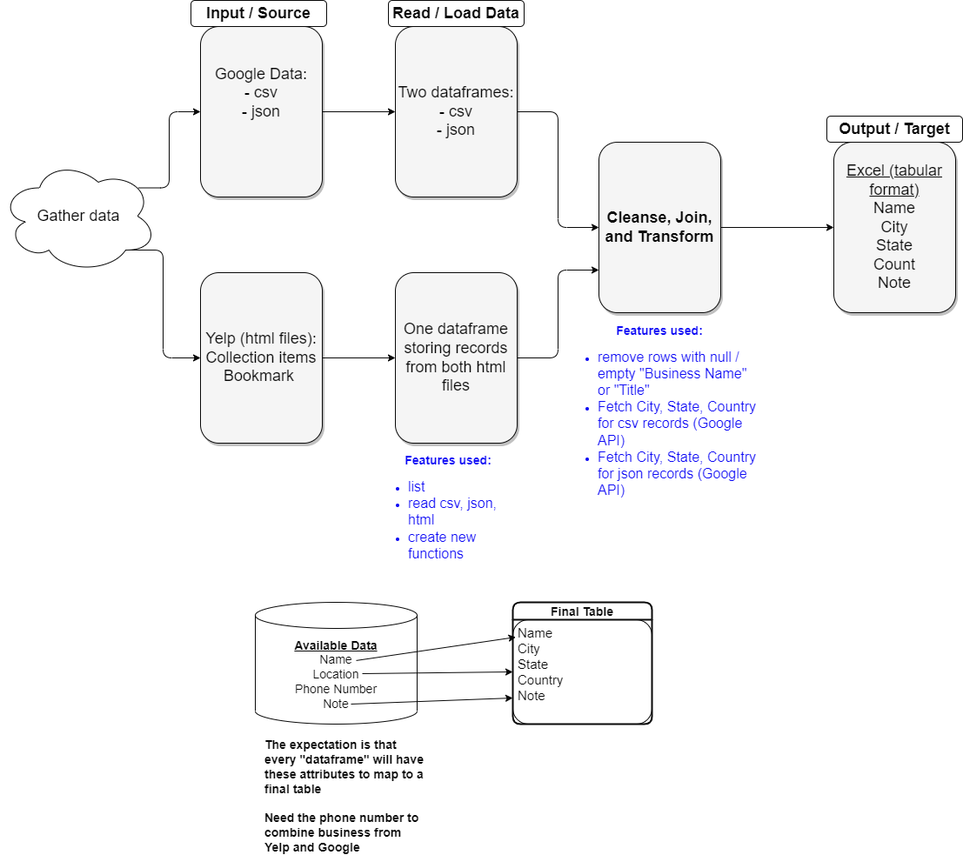
Above: diagram.png in mary-vo/my-google-and-yelp-places (draw.io), before the change. Source tidied: cells renumbered, new cells last; positions are measured from the earlier drawing's top-left corner, leaving out a move shared by most shapes.
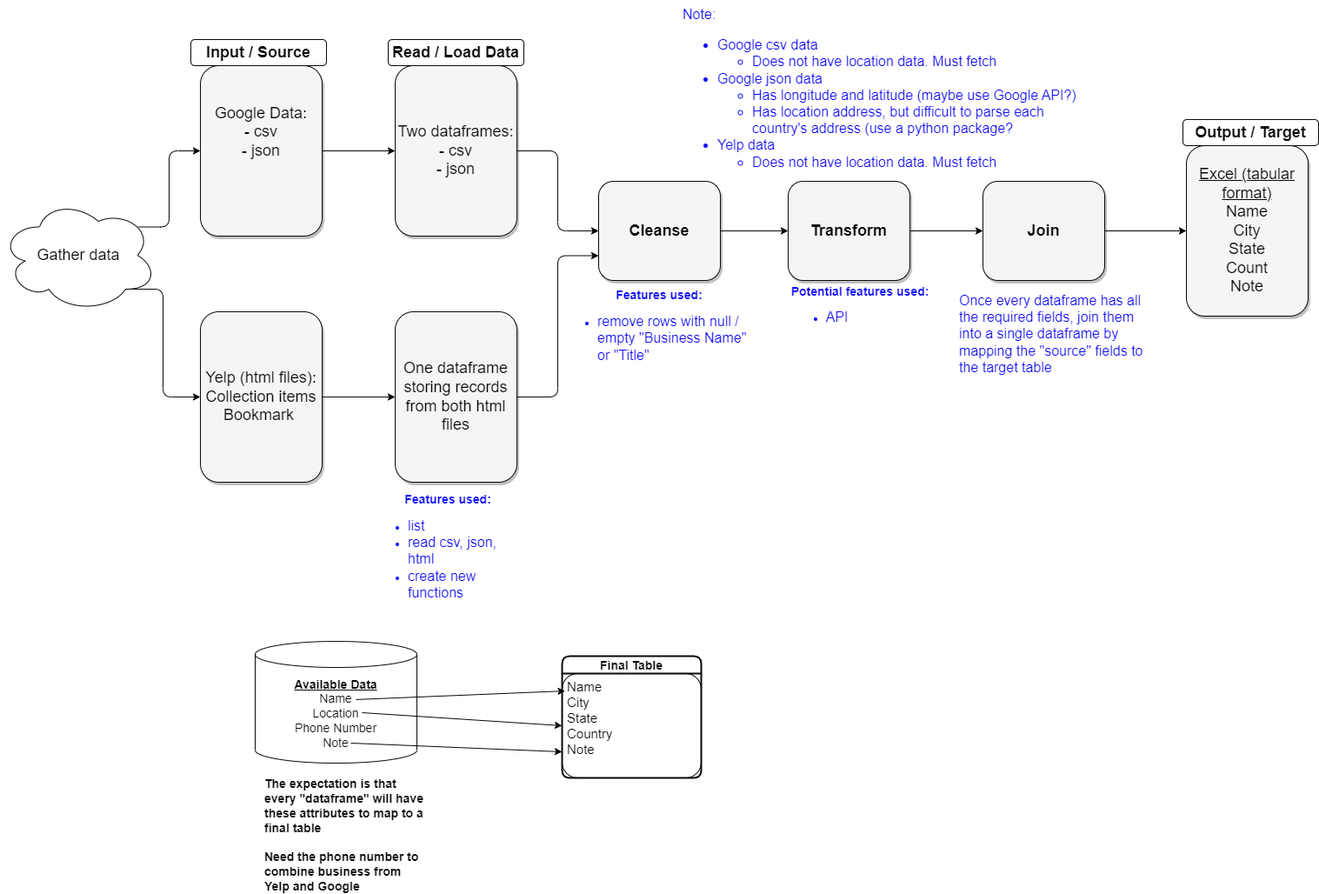
The same file after the commit.

The edit, as a diff of the source:
```diff
@@ -29,14 +29,14 @@
     <mxCell id="10" value="One dataframe&lt;br&gt;storing records from both html files" style="whiteSpace=wrap;html=1;shadow=1;fontSize=18;fillColor=#f5f5f5;strokeColor=#080808;rounded=1;fontColor=#080808;" parent="1" vertex="1">
       <mxGeometry x="454" y="313" width="140" height="196" as="geometry" />
     </mxCell>
-    <mxCell id="11" style="edgeStyle=orthogonalEdgeStyle;rounded=1;jettySize=auto;html=1;exitX=1;exitY=0.5;exitDx=0;exitDy=0;strokeColor=#080808;fontColor=#080808;" parent="1" edge="1" source="12" target="13">
+    <mxCell id="11" style="edgeStyle=orthogonalEdgeStyle;rounded=1;jettySize=auto;html=1;exitX=1;exitY=0.5;exitDx=0;exitDy=0;strokeColor=#080808;fontColor=#080808;entryX=0;entryY=0.5;entryDx=0;entryDy=0;" parent="1" edge="1" source="12" target="31">
       <mxGeometry relative="1" as="geometry" />
     </mxCell>
-    <mxCell id="12" value="&lt;b&gt;Cleanse, Join, and Transform&lt;/b&gt;" style="whiteSpace=wrap;html=1;shadow=1;fontSize=18;fillColor=#f5f5f5;strokeColor=#080808;rounded=1;fontColor=#080808;" parent="1" vertex="1">
-      <mxGeometry x="688" y="163" width="140" height="196" as="geometry" />
+    <mxCell id="12" value="&lt;b&gt;Cleanse&lt;/b&gt;" style="whiteSpace=wrap;html=1;shadow=1;fontSize=18;fillColor=#f5f5f5;strokeColor=#080808;rounded=1;fontColor=#080808;" parent="1" vertex="1">
+      <mxGeometry x="688" y="163" width="140" height="114" as="geometry" />
     </mxCell>
     <mxCell id="13" value="&lt;span style=&quot;text-decoration-line: underline;&quot;&gt;Excel (tabular format)&lt;/span&gt;&lt;br&gt;Name&lt;br&gt;City&lt;br&gt;State&lt;br&gt;Count&lt;br&gt;Note" style="whiteSpace=wrap;html=1;shadow=1;fontSize=18;fillColor=#f5f5f5;strokeColor=#080808;rounded=1;fontColor=#080808;" parent="1" vertex="1">
-      <mxGeometry x="958" y="163" width="140" height="196" as="geometry" />
+      <mxGeometry x="1364" y="122" width="140" height="196" as="geometry" />
     </mxCell>
     <mxCell id="14" style="edgeStyle=elbowEdgeStyle;rounded=1;jettySize=auto;html=1;exitX=0.88;exitY=0.25;exitDx=0;exitDy=0;exitPerimeter=0;entryX=0;entryY=0.5;entryDx=0;entryDy=0;strokeColor=#080808;fontColor=#080808;" parent="1" edge="1" source="16" target="3">
       <mxGeometry relative="1" as="geometry" />
@@ -51,13 +51,13 @@
       <mxGeometry x="446" width="156" height="30" as="geometry" />
     </mxCell>
     <mxCell id="18" value="&lt;b&gt;Output / Target&lt;/b&gt;" style="text;strokeColor=#080808;align=center;fillColor=none;html=1;verticalAlign=middle;whiteSpace=wrap;rounded=1;fontSize=18;fontColor=#080808;" parent="1" vertex="1">
-      <mxGeometry x="950" y="133" width="156" height="30" as="geometry" />
+      <mxGeometry x="1360" y="92" width="156" height="30" as="geometry" />
     </mxCell>
     <mxCell id="19" value="&lt;font style=&quot;font-size: 14px;&quot;&gt;&lt;b&gt;&lt;u&gt;Available Data&lt;/u&gt;&lt;/b&gt;&lt;br&gt;Name&lt;br&gt;Location&lt;br&gt;Phone Number&lt;br&gt;Note&lt;br&gt;&lt;/font&gt;" style="shape=cylinder3;whiteSpace=wrap;html=1;boundedLbl=1;backgroundOutline=1;size=15;rounded=1;strokeColor=#080808;fontColor=#080808;" parent="1" vertex="1">
       <mxGeometry x="293" y="692" width="186" height="140" as="geometry" />
     </mxCell>
     <mxCell id="20" value="Final Table" style="swimlane;horizontal=1;startSize=20;rounded=1;fontSize=14;fontStyle=1;strokeWidth=2;shadow=0;dashed=0;align=center;strokeColor=#080808;fontColor=#080808;" parent="1" vertex="1">
-      <mxGeometry x="589" y="692" width="160" height="140" as="geometry" />
+      <mxGeometry x="646" y="709" width="160" height="140" as="geometry" />
     </mxCell>
     <mxCell id="21" value="Name&#10;City&#10;State&#10;Country&#10;Note" style="align=left;strokeColor=#080808;fillColor=none;spacingLeft=4;fontSize=15;verticalAlign=top;rounded=1;fontColor=#080808;" parent="20" vertex="1">
       <mxGeometry y="20" width="160" height="120" as="geometry" />
@@ -78,11 +78,32 @@
     <mxCell id="25" value="&lt;br&gt;&lt;br&gt;&lt;div style=&quot;text-align: left;&quot;&gt;&lt;span style=&quot;background-color: initial;&quot;&gt;The expectation is that every &quot;dataframe&quot; will have these attributes to map to a final table&lt;/span&gt;&lt;/div&gt;&lt;div style=&quot;text-align: left;&quot;&gt;&lt;span style=&quot;background-color: initial;&quot;&gt;&lt;br&gt;&lt;/span&gt;&lt;/div&gt;&lt;div style=&quot;text-align: left;&quot;&gt;&lt;span style=&quot;background-color: initial;&quot;&gt;Need the phone number to combine business from Yelp and Google&lt;/span&gt;&lt;/div&gt;" style="text;strokeColor=none;align=center;fillColor=none;html=1;verticalAlign=middle;whiteSpace=wrap;rounded=1;fontSize=14;fontStyle=1;fontColor=#080808;" parent="1" vertex="1">
       <mxGeometry x="303" y="883" width="190" height="30" as="geometry" />
     </mxCell>
-    <mxCell id="26" value="&lt;font style=&quot;font-size: 14px;&quot;&gt;&lt;b&gt;Features used:&lt;/b&gt;&lt;br&gt;&lt;/font&gt;&lt;ul&gt;&lt;li style=&quot;text-align: left;&quot;&gt;&lt;font size=&quot;3&quot;&gt;remove rows with null / empty &quot;Business Name&quot; or &quot;Title&quot;&amp;nbsp;&lt;/font&gt;&lt;/li&gt;&lt;li style=&quot;text-align: left;&quot;&gt;&lt;font size=&quot;3&quot;&gt;Fetch City, State, Country for csv records (Google API)&lt;/font&gt;&lt;/li&gt;&lt;li style=&quot;border-color: var(--border-color); text-align: left;&quot;&gt;&lt;font style=&quot;border-color: var(--border-color);&quot; size=&quot;3&quot;&gt;Fetch City, State, Country for json records (Google API)&lt;/font&gt;&lt;/li&gt;&lt;/ul&gt;" style="text;strokeColor=none;align=center;fillColor=none;html=1;verticalAlign=middle;whiteSpace=wrap;rounded=1;fontColor=#0e0af5;" parent="1" vertex="1">
-      <mxGeometry x="646" y="463" width="224" height="30" as="geometry" />
+    <mxCell id="26" value="&lt;font style=&quot;font-size: 14px;&quot;&gt;&lt;b&gt;Features used:&lt;/b&gt;&lt;br&gt;&lt;/font&gt;&lt;ul&gt;&lt;li style=&quot;text-align: left;&quot;&gt;&lt;font size=&quot;3&quot;&gt;remove rows with null / empty &quot;Business Name&quot; or &quot;Title&quot;&amp;nbsp;&lt;/font&gt;&lt;/li&gt;&lt;/ul&gt;" style="text;strokeColor=none;align=center;fillColor=none;html=1;verticalAlign=middle;whiteSpace=wrap;rounded=1;fontColor=#0e0af5;" parent="1" vertex="1">
+      <mxGeometry x="646" y="320" width="224" height="30" as="geometry" />
     </mxCell>
     <mxCell id="27" value="&lt;font style=&quot;font-size: 14px;&quot;&gt;&lt;b&gt;Features used:&lt;/b&gt;&lt;br&gt;&lt;/font&gt;&lt;ul&gt;&lt;li style=&quot;text-align: left;&quot;&gt;&lt;font size=&quot;3&quot;&gt;list&lt;/font&gt;&lt;/li&gt;&lt;li style=&quot;text-align: left;&quot;&gt;&lt;font size=&quot;3&quot;&gt;read csv, json, html&lt;/font&gt;&lt;/li&gt;&lt;li style=&quot;text-align: left;&quot;&gt;&lt;font size=&quot;3&quot;&gt;create new functions&lt;/font&gt;&lt;/li&gt;&lt;/ul&gt;" style="text;strokeColor=none;align=center;fillColor=none;html=1;verticalAlign=middle;whiteSpace=wrap;rounded=1;fontColor=#0e0af5;" parent="1" vertex="1">
       <mxGeometry x="428" y="574" width="174" height="30" as="geometry" />
     </mxCell>
+    <mxCell id="28" style="edgeStyle=orthogonalEdgeStyle;rounded=0;jettySize=auto;html=1;exitX=1;exitY=0.5;exitDx=0;exitDy=0;entryX=0;entryY=0.5;entryDx=0;entryDy=0;fontColor=#0e0af5;" parent="1" edge="1" source="29" target="13">
+      <mxGeometry relative="1" as="geometry" />
+    </mxCell>
+    <mxCell id="29" value="&lt;b&gt;Join&lt;/b&gt;" style="whiteSpace=wrap;html=1;shadow=1;fontSize=18;fillColor=#f5f5f5;strokeColor=#080808;rounded=1;fontColor=#080808;" parent="1" vertex="1">
+      <mxGeometry x="1130" y="163" width="140" height="114" as="geometry" />
+    </mxCell>
+    <mxCell id="30" style="edgeStyle=orthogonalEdgeStyle;rounded=0;jettySize=auto;html=1;exitX=1;exitY=0.5;exitDx=0;exitDy=0;entryX=0;entryY=0.5;entryDx=0;entryDy=0;fontColor=#0e0af5;" parent="1" edge="1" source="31" target="29">
+      <mxGeometry relative="1" as="geometry" />
+    </mxCell>
+    <mxCell id="31" value="&lt;b&gt;Transform&lt;/b&gt;" style="whiteSpace=wrap;html=1;shadow=1;fontSize=18;fillColor=#f5f5f5;strokeColor=#080808;rounded=1;fontColor=#080808;" parent="1" vertex="1">
+      <mxGeometry x="906" y="163" width="140" height="114" as="geometry" />
+    </mxCell>
+    <mxCell id="32" value="&lt;span style=&quot;font-size: medium;&quot;&gt;Note:&lt;br&gt;&lt;ul&gt;&lt;li&gt;&lt;span style=&quot;font-size: medium;&quot;&gt;Google csv data&lt;br&gt;&lt;/span&gt;&lt;/li&gt;&lt;ul&gt;&lt;li&gt;&lt;span style=&quot;font-size: medium;&quot;&gt;Does not have location data. Must fetch&lt;/span&gt;&lt;/li&gt;&lt;/ul&gt;&lt;li&gt;&lt;span style=&quot;font-size: medium;&quot;&gt;Google json data&lt;/span&gt;&lt;/li&gt;&lt;ul&gt;&lt;li&gt;&lt;span style=&quot;font-size: medium;&quot;&gt;Has longitude and latitude (maybe use Google API?)&lt;br&gt;&lt;/span&gt;&lt;/li&gt;&lt;li&gt;&lt;span style=&quot;font-size: medium;&quot;&gt;Has location address, but difficult to parse each country's address (use a python package?&lt;/span&gt;&lt;/li&gt;&lt;/ul&gt;&lt;li&gt;&lt;span style=&quot;font-size: medium;&quot;&gt;Yelp data&lt;/span&gt;&lt;/li&gt;&lt;ul&gt;&lt;li&gt;&lt;span style=&quot;font-size: medium;&quot;&gt;Does not have location data. Must fetch&lt;/span&gt;&lt;/li&gt;&lt;/ul&gt;&lt;/ul&gt;&lt;/span&gt;" style="text;whiteSpace=wrap;html=1;fontColor=#0e0af5;" parent="1" vertex="1">
+      <mxGeometry x="783" y="-45" width="461" height="84" as="geometry" />
+    </mxCell>
+    <mxCell id="33" value="&lt;font style=&quot;font-size: 14px;&quot;&gt;&lt;b&gt;Potential features used:&lt;/b&gt;&lt;br&gt;&lt;/font&gt;&lt;ul&gt;&lt;li style=&quot;text-align: left;&quot;&gt;&lt;font size=&quot;3&quot;&gt;API&lt;/font&gt;&lt;/li&gt;&lt;/ul&gt;" style="text;strokeColor=none;align=center;fillColor=none;html=1;verticalAlign=middle;whiteSpace=wrap;rounded=1;fontColor=#0e0af5;" parent="1" vertex="1">
+      <mxGeometry x="902" y="296" width="174" height="30" as="geometry" />
+    </mxCell>
+    <mxCell id="34" value="&lt;font size=&quot;3&quot;&gt;Once every dataframe has all the required fields, join them into a single dataframe by mapping the &quot;source&quot; fields to the target table&lt;/font&gt;" style="text;whiteSpace=wrap;html=1;fontColor=#0e0af5;" parent="1" vertex="1">
+      <mxGeometry x="1101" y="284" width="216" height="109" as="geometry" />
+    </mxCell>
   </root>
 </mxGraphModel>
```
